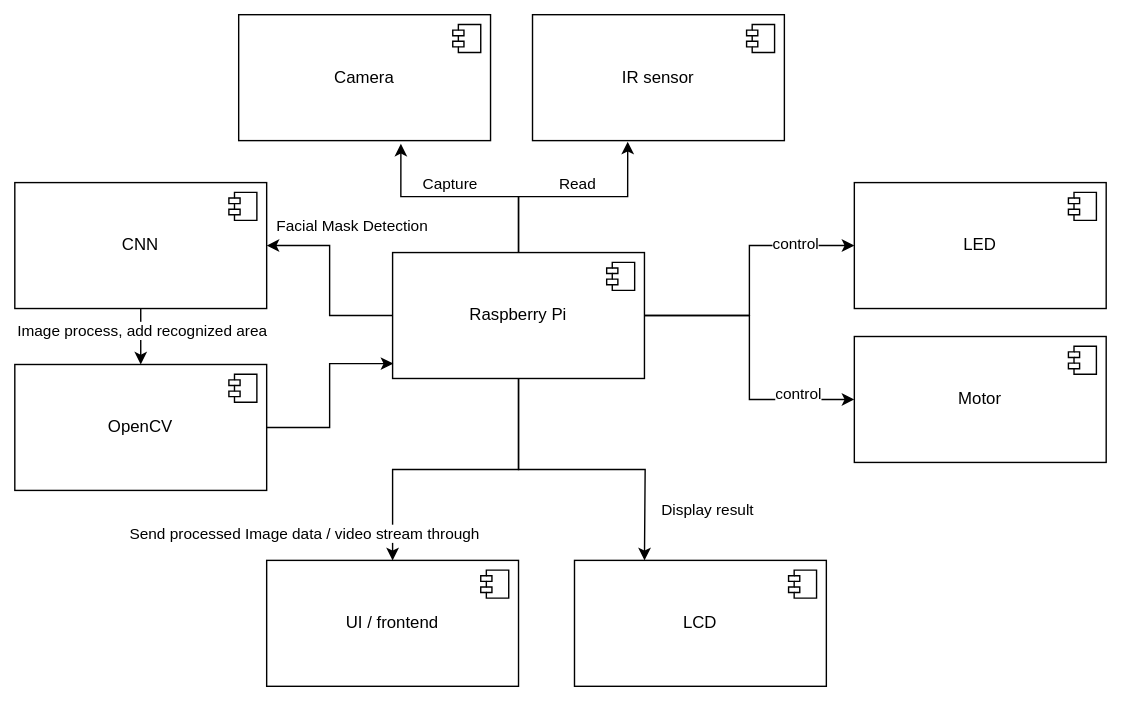
Before: docs/diagrams/Components.drawio.svg, a diagram exported from draw.io (ArcueidShiki/SmartEntrySystem). Source tidied: cells renumbered, new cells last; positions are measured from the earlier drawing's top-left corner, leaving out a move shared by most shapes.
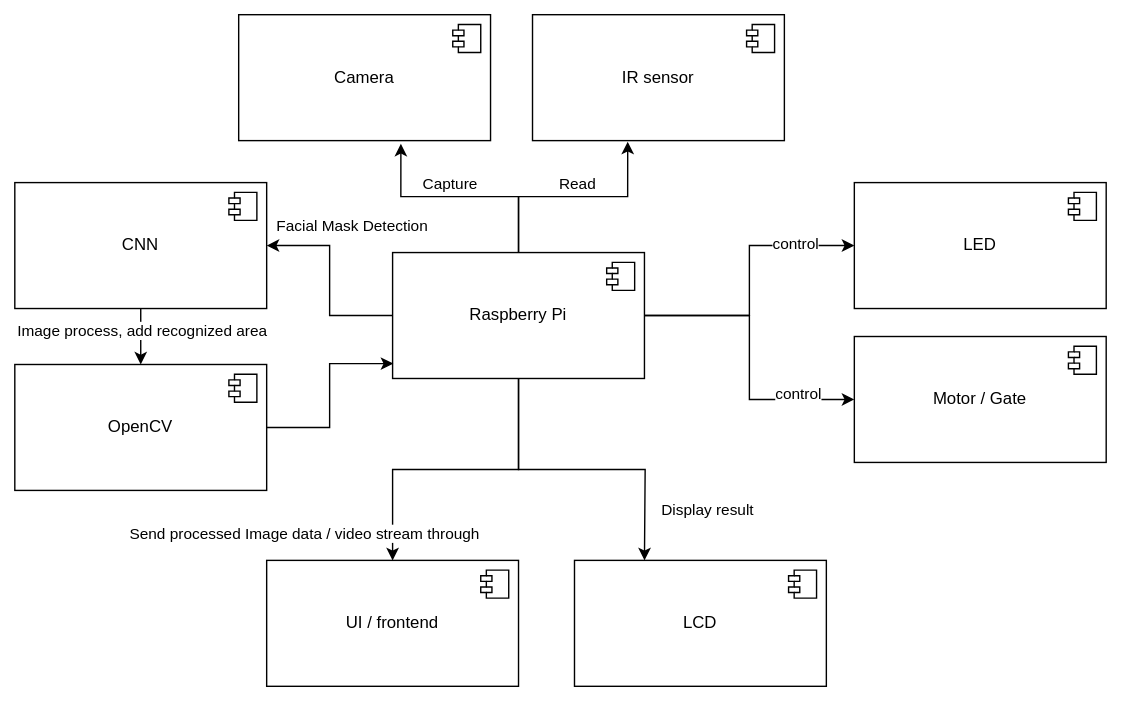
Later version of the same file.

Change to the diagram source:
```diff
@@ -82,7 +82,7 @@
         <mxPoint x="-27" y="7" as="offset" />
       </mxGeometry>
     </mxCell>
-    <mxCell id="22" value="Motor" style="html=1;whiteSpace=wrap;" parent="1" vertex="1">
+    <mxCell id="22" value="Motor / Gate" style="html=1;whiteSpace=wrap;" parent="1" vertex="1">
       <mxGeometry x="600" y="230" width="180" height="90" as="geometry" />
     </mxCell>
     <mxCell id="23" style="shape=module;jettyWidth=8;jettyHeight=4;" parent="22" vertex="1">
```
